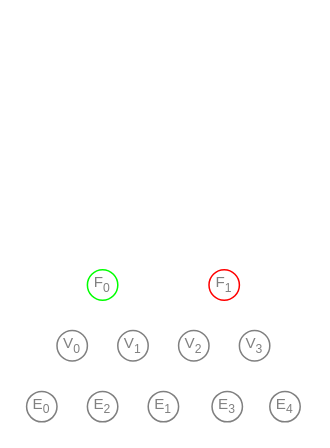
Earlier version of the draw.io diagram wiki/MeshGraph.drawio (YoanWithY/kayo). Source tidied: cells renumbered, new cells numbered last; positions are measured from the earlier drawing's top-left corner, leaving out a move shared by most shapes. Both pictures are drawn from the tidied source at 152%, with x=0, y=0 at pixel (26, 269).
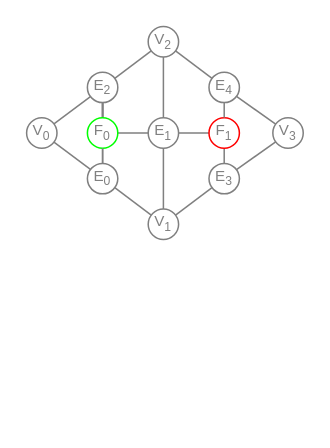
The same diagram, later.

The edit, as a diff of the source:
```diff
@@
-    <mxCell id="1" parent="0" />
+    <mxCell id="13" parent="0" />
+    <mxCell id="14" style="edgeStyle=none;html=1;fontSize=8;fontColor=#808080;rounded=0;endArrow=none;endFill=0;strokeColor=#808080;" parent="13" edge="1" source="2" target="12">
+      <mxGeometry relative="1" as="geometry" />
+    </mxCell>
+    <mxCell id="15" style="edgeStyle=none;shape=connector;rounded=0;html=1;labelBackgroundColor=default;strokeColor=#808080;fontFamily=Helvetica;fontSize=8;fontColor=#808080;endArrow=none;endFill=0;startArrow=none;" parent="13" edge="1" source="2" target="3">
+      <mxGeometry relative="1" as="geometry" />
+    </mxCell>
+    <mxCell id="16" style="edgeStyle=none;shape=connector;rounded=0;html=1;labelBackgroundColor=default;strokeColor=#808080;fontFamily=Helvetica;fontSize=8;fontColor=#808080;endArrow=none;endFill=0;" parent="13" edge="1" source="2" target="4">
+      <mxGeometry relative="1" as="geometry" />
+    </mxCell>
+    <mxCell id="17" style="edgeStyle=none;shape=connector;rounded=0;html=1;labelBackgroundColor=default;strokeColor=#808080;fontFamily=Helvetica;fontSize=8;fontColor=#808080;endArrow=none;endFill=0;" parent="13" edge="1" source="2" target="4">
+      <mxGeometry relative="1" as="geometry" />
+    </mxCell>
+    <mxCell id="18" style="edgeStyle=none;shape=connector;rounded=0;html=1;labelBackgroundColor=default;strokeColor=#808080;fontFamily=Helvetica;fontSize=8;fontColor=#808080;endArrow=none;endFill=0;" parent="13" edge="1" source="2" target="4">
+      <mxGeometry relative="1" as="geometry" />
+    </mxCell>
+    <mxCell id="19" style="edgeStyle=none;shape=connector;rounded=0;html=1;labelBackgroundColor=default;strokeColor=#808080;fontFamily=Helvetica;fontSize=8;fontColor=#808080;endArrow=none;endFill=0;" parent="13" edge="1" source="2" target="4">
+      <mxGeometry relative="1" as="geometry" />
+    </mxCell>
-    <mxCell id="2" value="F&lt;sub style=&quot;&quot;&gt;&lt;font style=&quot;font-size: 8px;&quot;&gt;0&lt;/font&gt;&lt;/sub&gt;" style="ellipse;whiteSpace=wrap;html=1;fontSize=10;fillColor=none;strokeColor=#00FF00;fontColor=#808080;" parent="1" vertex="1">
-      <mxGeometry x="40" width="20" height="20" as="geometry" />
+    <mxCell id="2" value="F&lt;sub style=&quot;&quot;&gt;&lt;font style=&quot;font-size: 8px;&quot;&gt;0&lt;/font&gt;&lt;/sub&gt;" style="ellipse;whiteSpace=wrap;html=1;fontSize=10;fillColor=none;strokeColor=#00FF00;fontColor=#808080;" parent="13" vertex="1">
+      <mxGeometry x="40" y="-100" width="20" height="20" as="geometry" />
     </mxCell>
+    <mxCell id="20" style="edgeStyle=none;shape=connector;rounded=0;html=1;labelBackgroundColor=default;strokeColor=#808080;fontFamily=Helvetica;fontSize=8;fontColor=#808080;endArrow=none;endFill=0;" parent="13" edge="1" source="12" target="5">
+      <mxGeometry relative="1" as="geometry" />
+    </mxCell>
+    <mxCell id="21" style="edgeStyle=none;shape=connector;rounded=0;html=1;labelBackgroundColor=default;strokeColor=#808080;fontFamily=Helvetica;fontSize=8;fontColor=#808080;endArrow=none;endFill=0;" parent="13" edge="1" source="12" target="6">
+      <mxGeometry relative="1" as="geometry" />
+    </mxCell>
+    <mxCell id="22" style="edgeStyle=none;shape=connector;rounded=0;html=1;labelBackgroundColor=default;strokeColor=#808080;fontFamily=Helvetica;fontSize=8;fontColor=#808080;endArrow=none;endFill=0;" parent="13" edge="1" source="3" target="6">
+      <mxGeometry relative="1" as="geometry" />
+    </mxCell>
+    <mxCell id="23" style="edgeStyle=none;shape=connector;rounded=0;html=1;labelBackgroundColor=default;strokeColor=#808080;fontFamily=Helvetica;fontSize=8;fontColor=#808080;endArrow=none;endFill=0;" parent="13" edge="1" source="3" target="7">
+      <mxGeometry relative="1" as="geometry" />
+    </mxCell>
-    <mxCell id="3" value="E&lt;sub style=&quot;&quot;&gt;&lt;font style=&quot;font-size: 8px;&quot;&gt;1&lt;/font&gt;&lt;/sub&gt;" style="ellipse;whiteSpace=wrap;html=1;fontSize=10;fillColor=none;strokeColor=#808080;fontColor=#808080;" parent="1" vertex="1">
-      <mxGeometry x="80" y="80" width="20" height="20" as="geometry" />
+    <mxCell id="3" value="E&lt;sub style=&quot;&quot;&gt;&lt;font style=&quot;font-size: 8px;&quot;&gt;1&lt;/font&gt;&lt;/sub&gt;" style="ellipse;whiteSpace=wrap;html=1;fontSize=10;fillColor=none;strokeColor=#808080;fontColor=#808080;" parent="13" vertex="1">
+      <mxGeometry x="80" y="-100" width="20" height="20" as="geometry" />
     </mxCell>
+    <mxCell id="24" style="edgeStyle=none;shape=connector;rounded=0;html=1;labelBackgroundColor=default;strokeColor=#808080;fontFamily=Helvetica;fontSize=8;fontColor=#808080;endArrow=none;endFill=0;" parent="13" edge="1" source="4" target="7">
+      <mxGeometry relative="1" as="geometry" />
+    </mxCell>
+    <mxCell id="25" style="edgeStyle=none;shape=connector;rounded=0;html=1;labelBackgroundColor=default;strokeColor=#808080;fontFamily=Helvetica;fontSize=8;fontColor=#808080;endArrow=none;endFill=0;" parent="13" edge="1" source="4" target="5">
+      <mxGeometry relative="1" as="geometry" />
+    </mxCell>
-    <mxCell id="4" value="E&lt;sub style=&quot;&quot;&gt;&lt;font style=&quot;font-size: 8px;&quot;&gt;2&lt;/font&gt;&lt;/sub&gt;" style="ellipse;whiteSpace=wrap;html=1;fontSize=10;fillColor=none;strokeColor=#808080;fontColor=#808080;" parent="1" vertex="1">
-      <mxGeometry x="40" y="80" width="20" height="20" as="geometry" />
+    <mxCell id="4" value="E&lt;sub style=&quot;&quot;&gt;&lt;font style=&quot;font-size: 8px;&quot;&gt;2&lt;/font&gt;&lt;/sub&gt;" style="ellipse;whiteSpace=wrap;html=1;fontSize=10;fillColor=none;strokeColor=#808080;fontColor=#808080;" parent="13" vertex="1">
+      <mxGeometry x="40" y="-130" width="20" height="20" as="geometry" />
     </mxCell>
-    <mxCell id="5" value="V&lt;sub style=&quot;&quot;&gt;&lt;font style=&quot;font-size: 8px;&quot;&gt;0&lt;/font&gt;&lt;/sub&gt;" style="ellipse;whiteSpace=wrap;html=1;fontSize=10;fillColor=none;strokeColor=#808080;fontColor=#808080;" parent="1" vertex="1">
-      <mxGeometry x="20" y="40" width="20" height="20" as="geometry" />
+    <mxCell id="5" value="V&lt;sub style=&quot;&quot;&gt;&lt;font style=&quot;font-size: 8px;&quot;&gt;0&lt;/font&gt;&lt;/sub&gt;" style="ellipse;whiteSpace=wrap;html=1;fontSize=10;fillColor=none;strokeColor=#808080;fontColor=#808080;" parent="13" vertex="1">
+      <mxGeometry y="-100" width="20" height="20" as="geometry" />
     </mxCell>
-    <mxCell id="6" value="V&lt;sub style=&quot;&quot;&gt;&lt;font style=&quot;font-size: 8px;&quot;&gt;1&lt;/font&gt;&lt;/sub&gt;" style="ellipse;whiteSpace=wrap;html=1;fontSize=10;fillColor=none;strokeColor=#808080;fontColor=#808080;" parent="1" vertex="1">
-      <mxGeometry x="60" y="40" width="20" height="20" as="geometry" />
+    <mxCell id="6" value="V&lt;sub style=&quot;&quot;&gt;&lt;font style=&quot;font-size: 8px;&quot;&gt;1&lt;/font&gt;&lt;/sub&gt;" style="ellipse;whiteSpace=wrap;html=1;fontSize=10;fillColor=none;strokeColor=#808080;fontColor=#808080;" parent="13" vertex="1">
+      <mxGeometry x="80" y="-40" width="20" height="20" as="geometry" />
     </mxCell>
-    <mxCell id="7" value="V&lt;sub style=&quot;&quot;&gt;&lt;font style=&quot;font-size: 8px;&quot;&gt;2&lt;/font&gt;&lt;/sub&gt;" style="ellipse;whiteSpace=wrap;html=1;fontSize=10;fillColor=none;strokeColor=#808080;fontColor=#808080;" parent="1" vertex="1">
-      <mxGeometry x="100" y="40" width="20" height="20" as="geometry" />
+    <mxCell id="7" value="V&lt;sub style=&quot;&quot;&gt;&lt;font style=&quot;font-size: 8px;&quot;&gt;2&lt;/font&gt;&lt;/sub&gt;" style="ellipse;whiteSpace=wrap;html=1;fontSize=10;fillColor=none;strokeColor=#808080;fontColor=#808080;" parent="13" vertex="1">
+      <mxGeometry x="80" y="-160" width="20" height="20" as="geometry" />
     </mxCell>
+    <mxCell id="26" style="edgeStyle=none;shape=connector;rounded=0;html=1;labelBackgroundColor=default;strokeColor=#808080;fontFamily=Helvetica;fontSize=8;fontColor=#808080;endArrow=none;endFill=0;" parent="13" edge="1" source="8" target="3">
+      <mxGeometry relative="1" as="geometry" />
+    </mxCell>
+    <mxCell id="27" style="edgeStyle=none;shape=connector;rounded=0;html=1;labelBackgroundColor=default;strokeColor=#808080;fontFamily=Helvetica;fontSize=8;fontColor=#808080;endArrow=none;endFill=0;" parent="13" edge="1" source="8" target="9">
+      <mxGeometry relative="1" as="geometry" />
+    </mxCell>
-    <mxCell id="8" value="F&lt;sub style=&quot;&quot;&gt;&lt;font style=&quot;font-size: 8px;&quot;&gt;1&lt;/font&gt;&lt;/sub&gt;" style="ellipse;whiteSpace=wrap;html=1;fontSize=10;fillColor=none;strokeColor=#FF0000;fontColor=#808080;" parent="1" vertex="1">
-      <mxGeometry x="120" width="20" height="20" as="geometry" />
+    <mxCell id="8" value="F&lt;sub style=&quot;&quot;&gt;&lt;font style=&quot;font-size: 8px;&quot;&gt;1&lt;/font&gt;&lt;/sub&gt;" style="ellipse;whiteSpace=wrap;html=1;fontSize=10;fillColor=none;strokeColor=#FF0000;fontColor=#808080;" parent="13" vertex="1">
+      <mxGeometry x="120" y="-100" width="20" height="20" as="geometry" />
     </mxCell>
+    <mxCell id="28" style="edgeStyle=none;shape=connector;rounded=0;html=1;labelBackgroundColor=default;strokeColor=#808080;fontFamily=Helvetica;fontSize=8;fontColor=#808080;endArrow=none;endFill=0;" parent="13" edge="1" source="8" target="10">
+      <mxGeometry relative="1" as="geometry" />
+    </mxCell>
+    <mxCell id="29" style="edgeStyle=none;shape=connector;rounded=0;html=1;labelBackgroundColor=default;strokeColor=#808080;fontFamily=Helvetica;fontSize=8;fontColor=#808080;endArrow=none;endFill=0;" parent="13" edge="1" source="9" target="11">
+      <mxGeometry relative="1" as="geometry" />
+    </mxCell>
+    <mxCell id="30" style="edgeStyle=none;shape=connector;rounded=0;html=1;labelBackgroundColor=default;strokeColor=#808080;fontFamily=Helvetica;fontSize=8;fontColor=#808080;endArrow=none;endFill=0;" parent="13" edge="1" source="9" target="6">
+      <mxGeometry relative="1" as="geometry" />
+    </mxCell>
-    <mxCell id="9" value="E&lt;sub style=&quot;&quot;&gt;&lt;font style=&quot;font-size: 8px;&quot;&gt;3&lt;/font&gt;&lt;/sub&gt;" style="ellipse;whiteSpace=wrap;html=1;fontSize=10;fillColor=none;strokeColor=#808080;fontColor=#808080;" parent="1" vertex="1">
-      <mxGeometry x="122" y="80" width="20" height="20" as="geometry" />
+    <mxCell id="9" value="E&lt;sub style=&quot;&quot;&gt;&lt;font style=&quot;font-size: 8px;&quot;&gt;3&lt;/font&gt;&lt;/sub&gt;" style="ellipse;whiteSpace=wrap;html=1;fontSize=10;fillColor=none;strokeColor=#808080;fontColor=#808080;" parent="13" vertex="1">
+      <mxGeometry x="120" y="-70" width="20" height="20" as="geometry" />
     </mxCell>
+    <mxCell id="31" style="edgeStyle=none;shape=connector;rounded=0;html=1;labelBackgroundColor=default;strokeColor=#808080;fontFamily=Helvetica;fontSize=8;fontColor=#808080;endArrow=none;endFill=0;" parent="13" edge="1" source="10" target="11">
+      <mxGeometry relative="1" as="geometry" />
+    </mxCell>
+    <mxCell id="32" style="edgeStyle=none;shape=connector;rounded=0;html=1;labelBackgroundColor=default;strokeColor=#808080;fontFamily=Helvetica;fontSize=8;fontColor=#808080;endArrow=none;endFill=0;" parent="13" edge="1" source="10" target="7">
+      <mxGeometry relative="1" as="geometry" />
+    </mxCell>
-    <mxCell id="10" value="E&lt;sub style=&quot;&quot;&gt;&lt;font style=&quot;font-size: 8px;&quot;&gt;4&lt;/font&gt;&lt;/sub&gt;" style="ellipse;whiteSpace=wrap;html=1;fontSize=10;fillColor=none;strokeColor=#808080;fontColor=#808080;" parent="1" vertex="1">
-      <mxGeometry x="160" y="80" width="20" height="20" as="geometry" />
+    <mxCell id="10" value="E&lt;sub style=&quot;&quot;&gt;&lt;font style=&quot;font-size: 8px;&quot;&gt;4&lt;/font&gt;&lt;/sub&gt;" style="ellipse;whiteSpace=wrap;html=1;fontSize=10;fillColor=none;strokeColor=#808080;fontColor=#808080;" parent="13" vertex="1">
+      <mxGeometry x="120" y="-130" width="20" height="20" as="geometry" />
     </mxCell>
-    <mxCell id="11" value="V&lt;sub style=&quot;&quot;&gt;&lt;font style=&quot;font-size: 8px;&quot;&gt;3&lt;/font&gt;&lt;/sub&gt;" style="ellipse;whiteSpace=wrap;html=1;fontSize=10;fillColor=none;strokeColor=#808080;fontColor=#808080;" parent="1" vertex="1">
-      <mxGeometry x="140" y="40" width="20" height="20" as="geometry" />
+    <mxCell id="11" value="V&lt;sub style=&quot;&quot;&gt;&lt;font style=&quot;font-size: 8px;&quot;&gt;3&lt;/font&gt;&lt;/sub&gt;" style="ellipse;whiteSpace=wrap;html=1;fontSize=10;fillColor=none;strokeColor=#808080;fontColor=#808080;" parent="13" vertex="1">
+      <mxGeometry x="162" y="-100" width="20" height="20" as="geometry" />
     </mxCell>
+    <mxCell id="33" style="edgeStyle=none;shape=connector;rounded=0;html=1;labelBackgroundColor=default;strokeColor=#808080;fontFamily=Helvetica;fontSize=8;fontColor=#808080;endArrow=none;endFill=0;" parent="13" edge="1" source="2" target="12">
+      <mxGeometry relative="1" as="geometry" />
+    </mxCell>
-    <mxCell id="12" value="E&lt;sub style=&quot;&quot;&gt;&lt;font style=&quot;font-size: 8px;&quot;&gt;0&lt;/font&gt;&lt;/sub&gt;" style="ellipse;whiteSpace=wrap;html=1;fontSize=10;fillColor=none;strokeColor=#808080;fontColor=#808080;" parent="1" vertex="1">
-      <mxGeometry y="80" width="20" height="20" as="geometry" />
+    <mxCell id="12" value="E&lt;sub style=&quot;&quot;&gt;&lt;font style=&quot;font-size: 8px;&quot;&gt;0&lt;/font&gt;&lt;/sub&gt;" style="ellipse;whiteSpace=wrap;html=1;fontSize=10;fillColor=none;strokeColor=#808080;fontColor=#808080;" parent="13" vertex="1">
+      <mxGeometry x="40" y="-70" width="20" height="20" as="geometry" />
     </mxCell>
```
